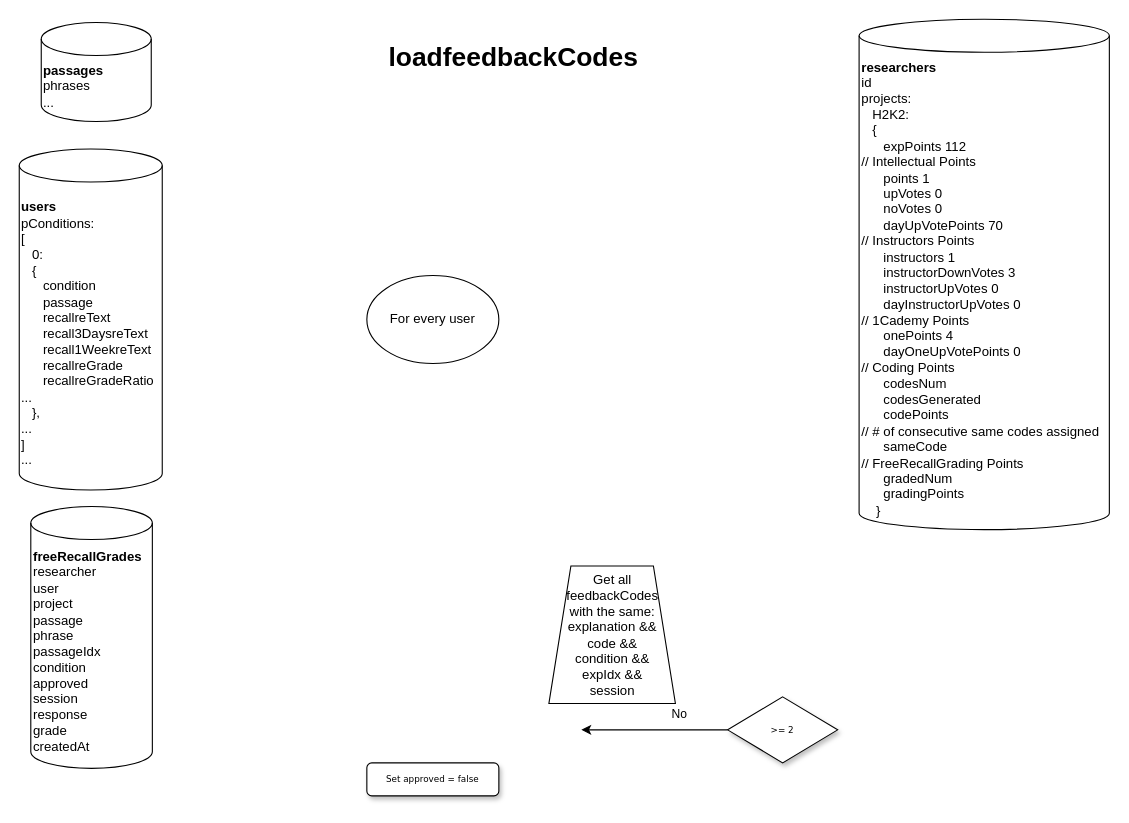
Before: src/Components/ProjectManagement/FreeRecallGrading/freeRecallGrading.drawio in ImanYZ/VisualExp, a draw.io diagram. Source tidied: cells renumbered, new cells numbered last; positions are measured from the earlier drawing's top-left corner, leaving out a move shared by most shapes. Both pictures are drawn from the tidied source at 110%, with x=0, y=0 at pixel (19, 19).
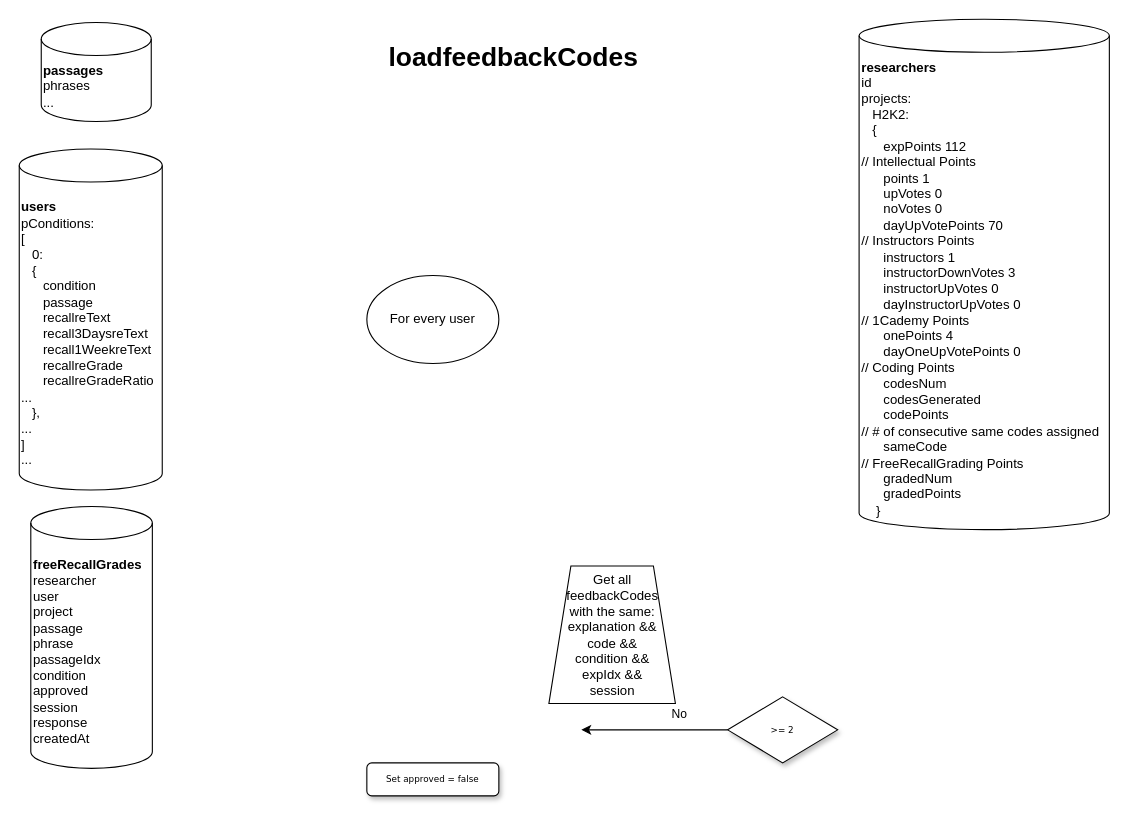
The same page after the edit.

Commit message (it also covers changes not shown here):
Completed the implementation of the group-grading of the free-recall responses.

The edit, as a diff of the source:
```diff
@@
 <mxGraphModel>
   <root>
     <mxCell id="0" />
     <mxCell id="1" parent="0" />
     <mxCell id="2" value="&lt;b&gt;passages&lt;/b&gt;&lt;br&gt;&lt;div&gt;phrases&lt;/div&gt;&lt;div&gt;...&lt;/div&gt;" style="shape=cylinder3;whiteSpace=wrap;html=1;boundedLbl=1;backgroundOutline=1;size=15;align=left;" parent="1" vertex="1">
       <mxGeometry x="20" y="3" width="100" height="90" as="geometry" />
     </mxCell>
-    <mxCell id="3" value="&lt;b&gt;freeRecallGrades&lt;/b&gt;&lt;br&gt;&lt;div&gt;researcher&lt;/div&gt;&lt;div&gt;user&lt;br&gt;&lt;/div&gt;&lt;div&gt;project&lt;/div&gt;&lt;div&gt;passage&lt;/div&gt;&lt;div&gt;phrase&lt;/div&gt;&lt;div&gt;&lt;span&gt;passageIdx&lt;/span&gt;&lt;br&gt;&lt;/div&gt;&lt;div&gt;&lt;span&gt;condition&lt;/span&gt;&lt;/div&gt;&lt;div&gt;&lt;span&gt;approved&lt;/span&gt;&lt;br&gt;&lt;/div&gt;&lt;div&gt;&lt;span&gt;session&lt;/span&gt;&lt;br&gt;&lt;/div&gt;&lt;div&gt;response&lt;/div&gt;&lt;div&gt;grade&lt;/div&gt;&lt;div&gt;createdAt&lt;/div&gt;" style="shape=cylinder3;whiteSpace=wrap;html=1;boundedLbl=1;backgroundOutline=1;size=15;align=left;" parent="1" vertex="1">
+    <mxCell id="3" value="&lt;b&gt;freeRecallGrades&lt;/b&gt;&lt;br&gt;&lt;div&gt;researcher&lt;/div&gt;&lt;div&gt;user&lt;br&gt;&lt;/div&gt;&lt;div&gt;project&lt;/div&gt;&lt;div&gt;passage&lt;/div&gt;&lt;div&gt;phrase&lt;/div&gt;&lt;div&gt;&lt;span&gt;passageIdx&lt;/span&gt;&lt;br&gt;&lt;/div&gt;&lt;div&gt;&lt;span&gt;condition&lt;/span&gt;&lt;/div&gt;&lt;div&gt;&lt;span&gt;approved&lt;/span&gt;&lt;br&gt;&lt;/div&gt;&lt;div&gt;&lt;span&gt;session&lt;/span&gt;&lt;br&gt;&lt;/div&gt;&lt;div&gt;response&lt;/div&gt;&lt;div&gt;createdAt&lt;/div&gt;" style="shape=cylinder3;whiteSpace=wrap;html=1;boundedLbl=1;backgroundOutline=1;size=15;align=left;" parent="1" vertex="1">
       <mxGeometry x="10.5" y="443" width="110.5" height="238" as="geometry" />
     </mxCell>
     <mxCell id="4" value="Get all feedbackCodes&lt;br&gt;with the same:&lt;br&gt;explanation &amp;amp;&amp;amp;&lt;br&gt;code &amp;amp;&amp;amp;&lt;br&gt;condition &amp;amp;&amp;amp;&lt;br&gt;expIdx &amp;amp;&amp;amp;&lt;br&gt;session" style="shape=trapezoid;perimeter=trapezoidPerimeter;whiteSpace=wrap;html=1;fixedSize=1;" parent="1" vertex="1">
       <mxGeometry x="481.5" y="497" width="115" height="125" as="geometry" />
     </mxCell>
     <mxCell id="5" style="edgeStyle=orthogonalEdgeStyle;rounded=0;jettySize=auto;html=1;" parent="1" edge="1" source="7">
       <mxGeometry relative="1" as="geometry">
         <mxPoint x="511" y="646" as="targetPoint" />
       </mxGeometry>
     </mxCell>
     <mxCell id="6" value="No" style="edgeLabel;html=1;align=center;verticalAlign=middle;" parent="5" vertex="1">
       <mxGeometry x="-0.33" y="-1" relative="1" as="geometry">
         <mxPoint y="-14" as="offset" />
       </mxGeometry>
     </mxCell>
     <mxCell id="7" value="&amp;gt;= 2" style="rhombus;whiteSpace=wrap;html=1;rounded=0;shadow=1;labelBackgroundColor=none;strokeWidth=1;fontFamily=Verdana;fontSize=8;align=center;" parent="1" vertex="1">
       <mxGeometry x="644" y="616" width="100" height="60" as="geometry" />
     </mxCell>
     <mxCell id="8" value="Set approved = false" style="rounded=1;whiteSpace=wrap;html=1;shadow=1;labelBackgroundColor=none;strokeWidth=1;fontFamily=Verdana;fontSize=8;align=center;" parent="1" vertex="1">
       <mxGeometry x="316" y="676" width="120" height="30" as="geometry" />
     </mxCell>
-    <mxCell id="9" value="&lt;b&gt;researchers&lt;/b&gt;&lt;br&gt;id&lt;br&gt;projects:&lt;br&gt;&amp;nbsp; &amp;nbsp;H2K2:&lt;br&gt;&amp;nbsp; &amp;nbsp;{&lt;br&gt;&amp;nbsp; &amp;nbsp; &amp;nbsp; expPoints 112&lt;br&gt;// Intellectual Points&lt;br&gt;&amp;nbsp; &amp;nbsp; &amp;nbsp; points 1&lt;br&gt;&amp;nbsp; &amp;nbsp; &amp;nbsp; upVotes 0&amp;nbsp;&lt;br&gt;&amp;nbsp; &amp;nbsp; &amp;nbsp; noVotes 0&lt;br&gt;&lt;div&gt;&amp;nbsp; &amp;nbsp; &amp;nbsp; dayUpVotePoints 70&amp;nbsp;&lt;/div&gt;// Instructors&amp;nbsp;Points&lt;br&gt;&amp;nbsp; &amp;nbsp; &amp;nbsp; instructors 1&lt;br&gt;&amp;nbsp; &amp;nbsp; &amp;nbsp; instructorDownVotes 3&lt;br&gt;&amp;nbsp; &amp;nbsp; &amp;nbsp; instructorUpVotes 0&lt;br&gt;&amp;nbsp; &amp;nbsp; &amp;nbsp;&amp;nbsp;dayInstructorUpVotes 0&lt;br&gt;&lt;div&gt;&lt;/div&gt;// 1Cademy&amp;nbsp;Points&lt;br&gt;&amp;nbsp; &amp;nbsp; &amp;nbsp; onePoints 4&lt;br&gt;&amp;nbsp; &amp;nbsp; &amp;nbsp; dayOneUpVotePoints 0&lt;br&gt;// Coding Points&lt;br&gt;&amp;nbsp; &amp;nbsp; &amp;nbsp; codesNum&lt;br&gt;&amp;nbsp; &amp;nbsp; &amp;nbsp; codesGenerated&lt;br&gt;&amp;nbsp; &amp;nbsp; &amp;nbsp; codePoints&lt;br&gt;// # of consecutive same codes assigned&lt;br&gt;&amp;nbsp; &amp;nbsp; &amp;nbsp; sameCode&lt;br&gt;// FreeRecallGrading Points&lt;br&gt;&amp;nbsp; &amp;nbsp; &amp;nbsp; gradedNum&lt;br&gt;&amp;nbsp; &amp;nbsp; &amp;nbsp; gradingPoints&lt;br&gt;&amp;nbsp; &amp;nbsp; }" style="shape=cylinder3;whiteSpace=wrap;html=1;boundedLbl=1;backgroundOutline=1;size=15;align=left;" parent="1" vertex="1">
+    <mxCell id="9" value="&lt;b&gt;researchers&lt;/b&gt;&lt;br&gt;id&lt;br&gt;projects:&lt;br&gt;&amp;nbsp; &amp;nbsp;H2K2:&lt;br&gt;&amp;nbsp; &amp;nbsp;{&lt;br&gt;&amp;nbsp; &amp;nbsp; &amp;nbsp; expPoints 112&lt;br&gt;// Intellectual Points&lt;br&gt;&amp;nbsp; &amp;nbsp; &amp;nbsp; points 1&lt;br&gt;&amp;nbsp; &amp;nbsp; &amp;nbsp; upVotes 0&amp;nbsp;&lt;br&gt;&amp;nbsp; &amp;nbsp; &amp;nbsp; noVotes 0&lt;br&gt;&lt;div&gt;&amp;nbsp; &amp;nbsp; &amp;nbsp; dayUpVotePoints 70&amp;nbsp;&lt;/div&gt;// Instructors&amp;nbsp;Points&lt;br&gt;&amp;nbsp; &amp;nbsp; &amp;nbsp; instructors 1&lt;br&gt;&amp;nbsp; &amp;nbsp; &amp;nbsp; instructorDownVotes 3&lt;br&gt;&amp;nbsp; &amp;nbsp; &amp;nbsp; instructorUpVotes 0&lt;br&gt;&amp;nbsp; &amp;nbsp; &amp;nbsp;&amp;nbsp;dayInstructorUpVotes 0&lt;br&gt;&lt;div&gt;&lt;/div&gt;// 1Cademy&amp;nbsp;Points&lt;br&gt;&amp;nbsp; &amp;nbsp; &amp;nbsp; onePoints 4&lt;br&gt;&amp;nbsp; &amp;nbsp; &amp;nbsp; dayOneUpVotePoints 0&lt;br&gt;// Coding Points&lt;br&gt;&amp;nbsp; &amp;nbsp; &amp;nbsp; codesNum&lt;br&gt;&amp;nbsp; &amp;nbsp; &amp;nbsp; codesGenerated&lt;br&gt;&amp;nbsp; &amp;nbsp; &amp;nbsp; codePoints&lt;br&gt;// # of consecutive same codes assigned&lt;br&gt;&amp;nbsp; &amp;nbsp; &amp;nbsp; sameCode&lt;br&gt;// FreeRecallGrading Points&lt;br&gt;&amp;nbsp; &amp;nbsp; &amp;nbsp; gradedNum&lt;br&gt;&amp;nbsp; &amp;nbsp; &amp;nbsp; gradedPoints&lt;br&gt;&amp;nbsp; &amp;nbsp; }" style="shape=cylinder3;whiteSpace=wrap;html=1;boundedLbl=1;backgroundOutline=1;size=15;align=left;" parent="1" vertex="1">
       <mxGeometry x="763.5" width="227.5" height="464" as="geometry" />
     </mxCell>
     <mxCell id="10" value="&lt;h1&gt;loadfeedbackCodes&lt;/h1&gt;" style="text;html=1;align=center;verticalAlign=middle;fillColor=none;strokeColor=none;rounded=0;" parent="1" vertex="1">
       <mxGeometry x="328.5" y="10" width="240" height="50" as="geometry" />
     </mxCell>
     <mxCell id="11" value="&lt;b&gt;users&lt;/b&gt;&lt;br&gt;&lt;div&gt;&lt;span&gt;pConditions:&lt;/span&gt;&lt;/div&gt;&lt;div&gt;&lt;span&gt;[&lt;/span&gt;&lt;/div&gt;&lt;div&gt;&lt;span&gt;&amp;nbsp; &amp;nbsp;0:&lt;/span&gt;&lt;/div&gt;&lt;div&gt;&lt;span&gt;&amp;nbsp; &amp;nbsp;{&lt;/span&gt;&lt;/div&gt;&lt;div&gt;&lt;span&gt;&amp;nbsp; &amp;nbsp; &amp;nbsp; condition&lt;/span&gt;&lt;/div&gt;&lt;div&gt;&lt;span&gt;&amp;nbsp; &amp;nbsp; &amp;nbsp; passage&lt;/span&gt;&lt;/div&gt;&lt;div&gt;&amp;nbsp; &amp;nbsp; &amp;nbsp; recallreText&lt;/div&gt;&amp;nbsp; &amp;nbsp; &amp;nbsp; recall3DaysreText&lt;div&gt;&amp;nbsp; &amp;nbsp; &amp;nbsp; recall1WeekreText&lt;/div&gt;&lt;div&gt;&amp;nbsp; &amp;nbsp; &amp;nbsp; recallreGrade&lt;/div&gt;&lt;div&gt;&amp;nbsp; &amp;nbsp; &amp;nbsp; recallreGradeRatio&lt;/div&gt;&lt;div&gt;...&lt;/div&gt;&lt;div&gt;&lt;span&gt;&amp;nbsp; &amp;nbsp;},&lt;/span&gt;&lt;/div&gt;&lt;div&gt;&lt;span&gt;...&lt;/span&gt;&lt;/div&gt;&lt;div&gt;&lt;span&gt;]&lt;/span&gt;&lt;/div&gt;&lt;div&gt;&lt;span&gt;...&lt;/span&gt;&lt;br&gt;&lt;/div&gt;" style="shape=cylinder3;whiteSpace=wrap;html=1;boundedLbl=1;backgroundOutline=1;size=15;align=left;" parent="1" vertex="1">
       <mxGeometry y="118" width="130" height="310" as="geometry" />
     </mxCell>
     <mxCell id="12" value="For every user" style="ellipse;whiteSpace=wrap;html=1;" parent="1" vertex="1">
       <mxGeometry x="316" y="233" width="120" height="80" as="geometry" />
     </mxCell>
   </root>
 </mxGraphModel>
```
